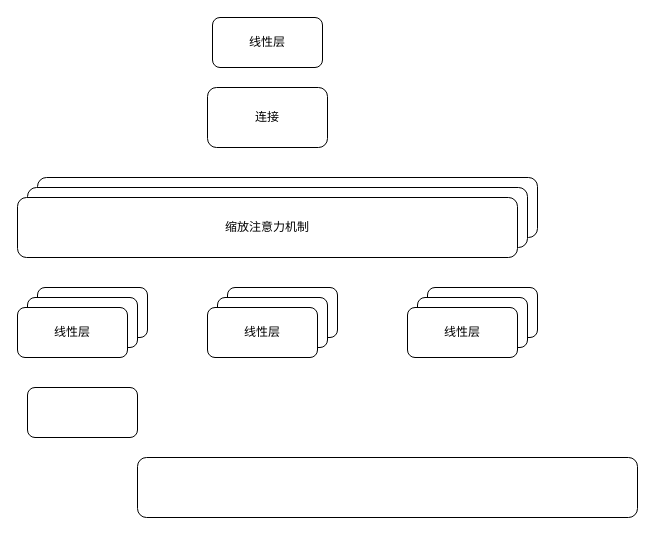
The draw.io diagram test.drawio in infiniteaim/Repository-from-Anonus, before the edit. Source tidied: cells renumbered, new cells numbered last; positions are measured from the earlier drawing's top-left corner, leaving out a move shared by most shapes. Both pictures are drawn from the tidied source at 100%, with x=0, y=0 at pixel (17, 17).
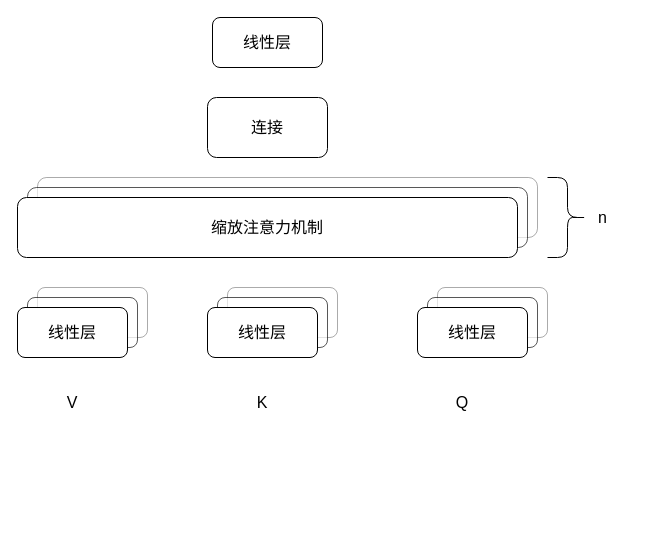
After the change.

Diff of the diagram source:
```diff
@@
-    <mxCell id="2" style="rounded=1;whiteSpace=wrap;html=1;" parent="1" vertex="1">
+    <mxCell id="2" style="rounded=1;whiteSpace=wrap;html=1;fontSize=16;opacity=33;" parent="1" vertex="1">
       <mxGeometry x="20" y="160" width="500" height="60" as="geometry" />
     </mxCell>
-    <mxCell id="3" style="rounded=1;whiteSpace=wrap;html=1;" parent="1" vertex="1">
+    <mxCell id="3" style="rounded=1;whiteSpace=wrap;html=1;fontSize=16;opacity=66;" parent="1" vertex="1">
       <mxGeometry x="10" y="170" width="500" height="60" as="geometry" />
     </mxCell>
-    <mxCell id="4" style="rounded=1;whiteSpace=wrap;html=1;" parent="1" vertex="1">
+    <mxCell id="4" style="rounded=1;whiteSpace=wrap;html=1;fontSize=16;opacity=33;" parent="1" vertex="1">
       <mxGeometry x="20" y="270" width="110" height="50" as="geometry" />
     </mxCell>
-    <mxCell id="5" style="rounded=1;whiteSpace=wrap;html=1;" parent="1" vertex="1">
+    <mxCell id="5" style="rounded=1;whiteSpace=wrap;html=1;fontSize=16;textShadow=1;opacity=66;" parent="1" vertex="1">
       <mxGeometry x="10" y="280" width="110" height="50" as="geometry" />
     </mxCell>
-    <mxCell id="6" value="线性层" style="rounded=1;whiteSpace=wrap;html=1;" parent="1" vertex="1">
+    <mxCell id="6" value="线性层" style="rounded=1;whiteSpace=wrap;html=1;fontSize=16;" parent="1" vertex="1">
       <mxGeometry y="290" width="110" height="50" as="geometry" />
     </mxCell>
-    <mxCell id="7" value="缩放注意力机制" style="rounded=1;whiteSpace=wrap;html=1;" parent="1" vertex="1">
+    <mxCell id="7" value="缩放注意力机制" style="rounded=1;whiteSpace=wrap;html=1;fontSize=16;" parent="1" vertex="1">
       <mxGeometry y="180" width="500" height="60" as="geometry" />
     </mxCell>
-    <mxCell id="8" value="连接" style="rounded=1;whiteSpace=wrap;html=1;" parent="1" vertex="1">
-      <mxGeometry x="190" y="70" width="120" height="60" as="geometry" />
+    <mxCell id="8" value="连接" style="rounded=1;whiteSpace=wrap;html=1;fontSize=16;" parent="1" vertex="1">
+      <mxGeometry x="190" y="80" width="120" height="60" as="geometry" />
     </mxCell>
-    <mxCell id="9" value="线性层" style="rounded=1;whiteSpace=wrap;html=1;" parent="1" vertex="1">
+    <mxCell id="9" value="线性层" style="rounded=1;whiteSpace=wrap;html=1;fontSize=16;" parent="1" vertex="1">
       <mxGeometry x="195" width="110" height="50" as="geometry" />
     </mxCell>
-    <mxCell id="10" style="rounded=1;whiteSpace=wrap;html=1;" parent="1" vertex="1">
-      <mxGeometry x="10" y="370" width="110" height="50" as="geometry" />
-    </mxCell>
-    <mxCell id="11" style="rounded=1;whiteSpace=wrap;html=1;" parent="1" vertex="1">
-      <mxGeometry x="210" y="270" width="110" height="50" as="geometry" />
-    </mxCell>
-    <mxCell id="12" style="rounded=1;whiteSpace=wrap;html=1;" parent="1" vertex="1">
-      <mxGeometry x="200" y="280" width="110" height="50" as="geometry" />
-    </mxCell>
-    <mxCell id="13" value="线性层" style="rounded=1;whiteSpace=wrap;html=1;" parent="1" vertex="1">
-      <mxGeometry x="190" y="290" width="110" height="50" as="geometry" />
-    </mxCell>
-    <mxCell id="14" style="rounded=1;whiteSpace=wrap;html=1;" parent="1" vertex="1">
-      <mxGeometry x="410" y="270" width="110" height="50" as="geometry" />
-    </mxCell>
-    <mxCell id="15" style="rounded=1;whiteSpace=wrap;html=1;" parent="1" vertex="1">
-      <mxGeometry x="400" y="280" width="110" height="50" as="geometry" />
-    </mxCell>
-    <mxCell id="16" value="线性层" style="rounded=1;whiteSpace=wrap;html=1;" parent="1" vertex="1">
-      <mxGeometry x="390" y="290" width="110" height="50" as="geometry" />
-    </mxCell>
-    <mxCell id="17" style="rounded=1;whiteSpace=wrap;html=1;" parent="1" vertex="1">
-      <mxGeometry x="120" y="440" width="500" height="60" as="geometry" />
-    </mxCell>
+    <mxCell id="18" style="shape=curlyBracket;whiteSpace=wrap;html=1;rounded=1;flipH=1;labelPosition=right;verticalLabelPosition=middle;align=left;verticalAlign=middle;fontSize=16;" parent="1" vertex="1">
+      <mxGeometry x="530" y="160" width="40" height="80" as="geometry" />
+    </mxCell>
+    <mxCell id="19" value="n" style="text;html=1;align=center;verticalAlign=middle;strokeColor=none;fillColor=none;rotation=0;fontSize=16;" parent="1" vertex="1">
+      <mxGeometry x="570" y="185" width="30" height="30" as="geometry" />
+    </mxCell>
+    <mxCell id="20" value="V" style="text;html=1;align=center;verticalAlign=middle;whiteSpace=wrap;rounded=0;fontSize=16;" parent="1" vertex="1">
+      <mxGeometry x="25" y="370" width="60" height="30" as="geometry" />
+    </mxCell>
+    <mxCell id="21" value="K" style="text;html=1;align=center;verticalAlign=middle;whiteSpace=wrap;rounded=0;fontSize=16;" parent="1" vertex="1">
+      <mxGeometry x="215" y="370" width="60" height="30" as="geometry" />
+    </mxCell>
+    <mxCell id="22" value="Q" style="text;html=1;align=center;verticalAlign=middle;whiteSpace=wrap;rounded=0;fontSize=16;" parent="1" vertex="1">
+      <mxGeometry x="415" y="370" width="60" height="30" as="geometry" />
+    </mxCell>
+    <mxCell id="23" style="rounded=1;whiteSpace=wrap;html=1;fontSize=16;opacity=33;" parent="1" vertex="1">
+      <mxGeometry x="210" y="270" width="110" height="50" as="geometry" />
+    </mxCell>
+    <mxCell id="24" style="rounded=1;whiteSpace=wrap;html=1;fontSize=16;textShadow=1;opacity=66;" parent="1" vertex="1">
+      <mxGeometry x="200" y="280" width="110" height="50" as="geometry" />
+    </mxCell>
+    <mxCell id="25" value="线性层" style="rounded=1;whiteSpace=wrap;html=1;fontSize=16;" parent="1" vertex="1">
+      <mxGeometry x="190" y="290" width="110" height="50" as="geometry" />
+    </mxCell>
+    <mxCell id="26" style="rounded=1;whiteSpace=wrap;html=1;fontSize=16;opacity=33;" parent="1" vertex="1">
+      <mxGeometry x="420" y="270" width="110" height="50" as="geometry" />
+    </mxCell>
+    <mxCell id="27" style="rounded=1;whiteSpace=wrap;html=1;fontSize=16;textShadow=1;opacity=66;" parent="1" vertex="1">
+      <mxGeometry x="410" y="280" width="110" height="50" as="geometry" />
+    </mxCell>
+    <mxCell id="28" value="线性层" style="rounded=1;whiteSpace=wrap;html=1;fontSize=16;" parent="1" vertex="1">
+      <mxGeometry x="400" y="290" width="110" height="50" as="geometry" />
+    </mxCell>
```
